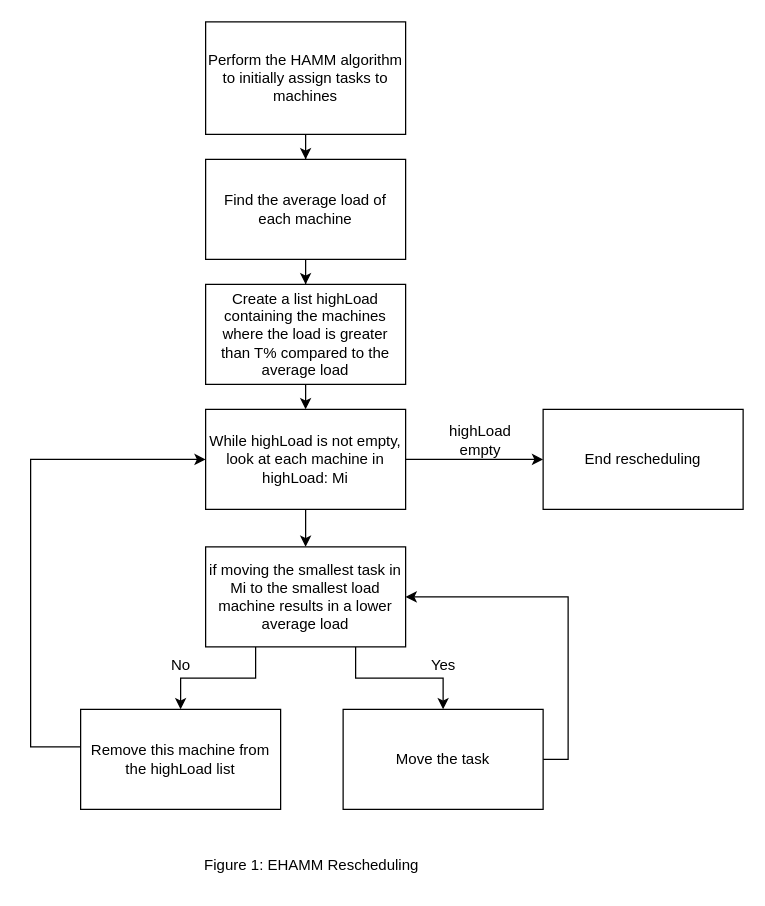
Before: Reschedule.drawio in EvanMikesell/CloudTaskResearch, a draw.io diagram. Source tidied: cells renumbered, new cells numbered last; positions are measured from the earlier drawing's top-left corner, leaving out a move shared by most shapes. Both pictures are drawn from the tidied source at 125%, with x=0, y=0 at pixel (30, 21).
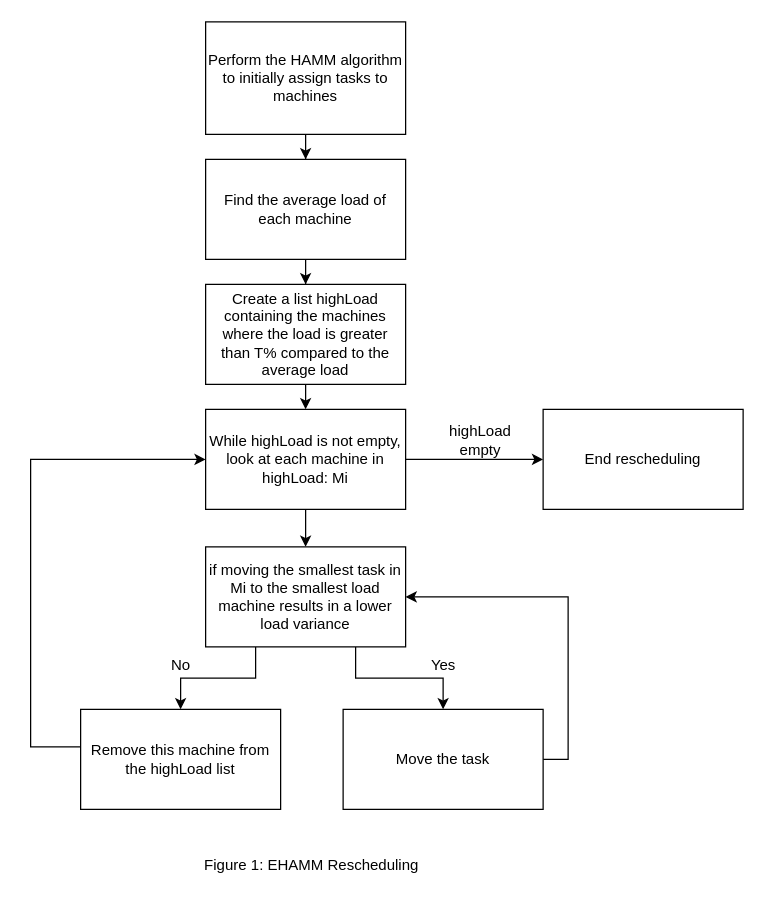
Above is the later version.

The edit, as a diff of the source:
```diff
@@
-    <mxCell id="13" value="if moving the smallest task in Mi to the smallest load machine results in a lower average load" style="rounded=0;whiteSpace=wrap;html=1;" parent="1" vertex="1">
+    <mxCell id="13" value="if moving the smallest task in Mi to the smallest load machine results in a lower load variance" style="rounded=0;whiteSpace=wrap;html=1;" parent="1" vertex="1">
       <mxGeometry x="140" y="420" width="160" height="80" as="geometry" />
     </mxCell>
```
